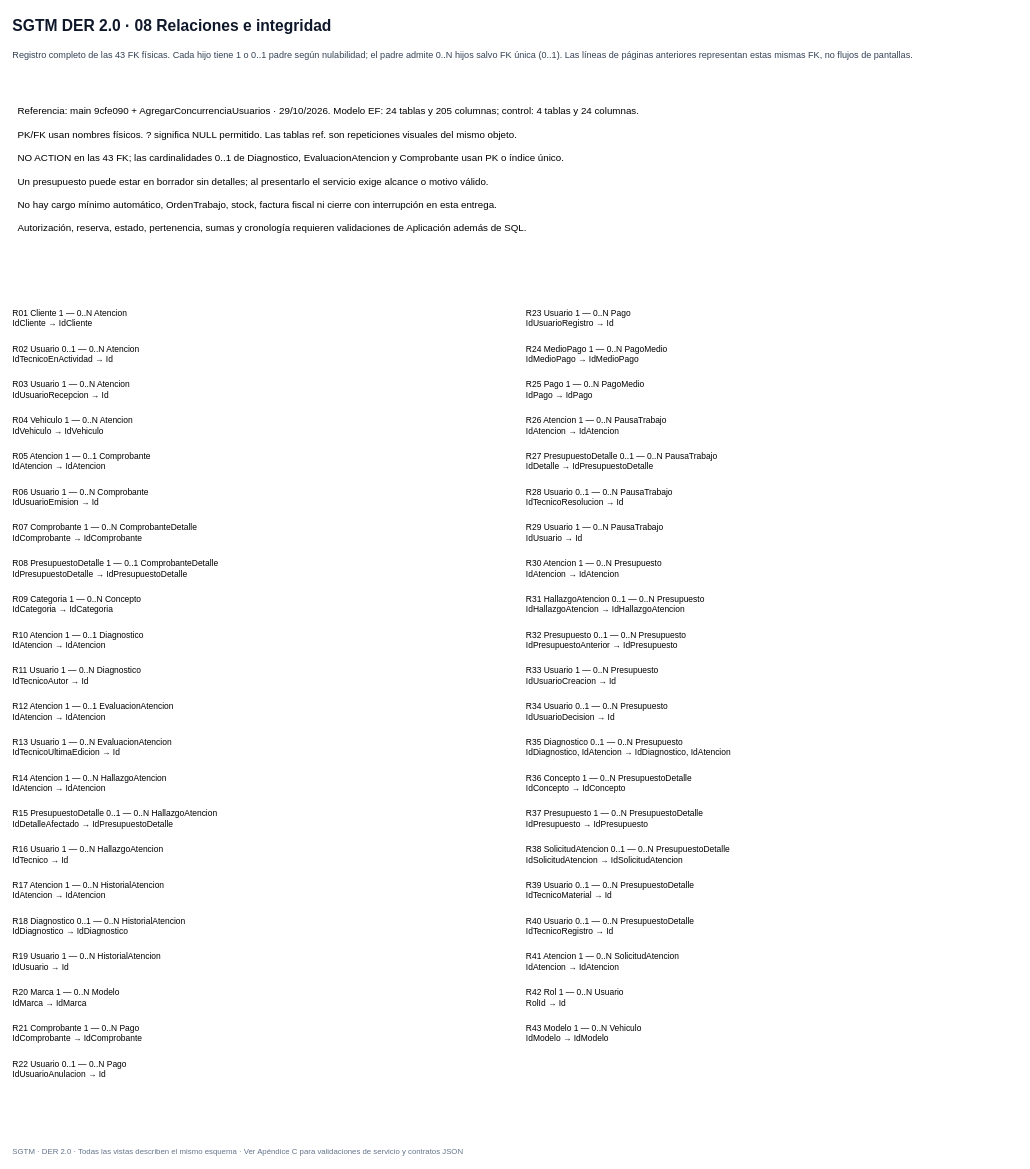
Before: page "08 Relaciones e integridad" (8 of 8) of docs/diagramas/DER-SGTM-v2.0.drawio in EnriqueRTG/taller-mecanico, a draw.io diagram. Source tidied: cells renumbered, new cells numbered last; positions are measured from the earlier drawing's top-left corner, leaving out a move shared by most shapes. Both pictures are drawn from the tidied source at 65%, with x=0, y=0 at pixel (11, 11).
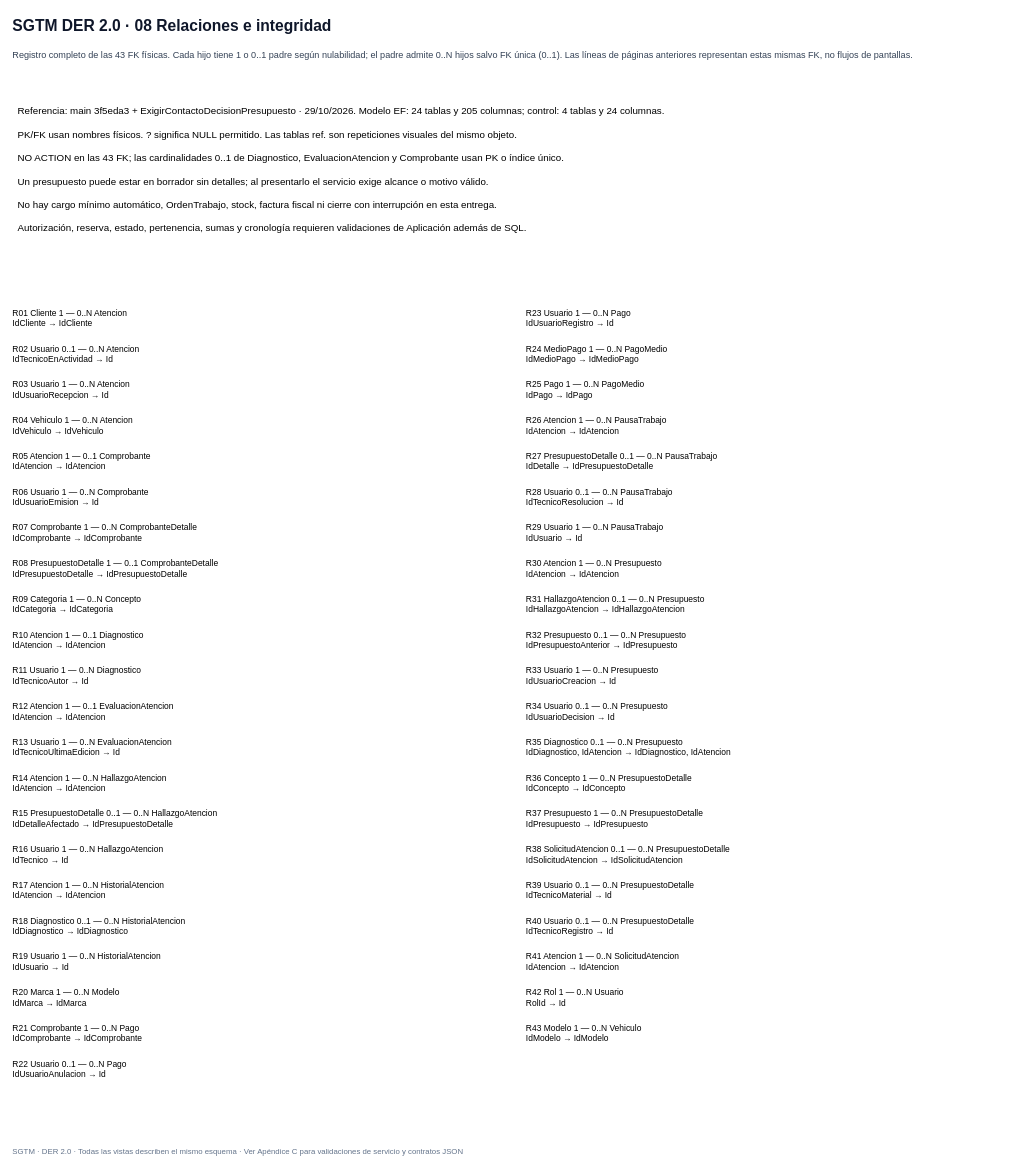
The same diagram, later.

Diff of the diagram source:
```diff
@@
-    <mxCell id="4" value="Referencia: main 9cfe090 + AgregarConcurrenciaUsuarios · 29/10/2026. Modelo EF: 24 tablas y 205 columnas; control: 4 tablas y 24 columnas.&#10;&#10;PK/FK usan nombres físicos. ? significa NULL permitido. Las tablas ref. son repeticiones visuales del mismo objeto.&#10;&#10;NO ACTION en las 43 FK; las cardinalidades 0..1 de Diagnostico, EvaluacionAtencion y Comprobante usan PK o índice único.&#10;&#10;Un presupuesto puede estar en borrador sin detalles; al presentarlo el servicio exige alcance o motivo válido.&#10;&#10;No hay cargo mínimo automático, OrdenTrabajo, stock, factura fiscal ni cierre con interrupción en esta entrega.&#10;&#10;Autorización, reserva, estado, pertenencia, sumas y cronología requieren validaciones de Aplicación además de SQL." style="text;html=0;align=left;verticalAlign=top;whiteSpace=wrap;fontSize=15;spacing=10;" parent="1" vertex="1">
+    <mxCell id="4" value="Referencia: main 3f5eda3 + ExigirContactoDecisionPresupuesto · 29/10/2026. Modelo EF: 24 tablas y 205 columnas; control: 4 tablas y 24 columnas.&#10;&#10;PK/FK usan nombres físicos. ? significa NULL permitido. Las tablas ref. son repeticiones visuales del mismo objeto.&#10;&#10;NO ACTION en las 43 FK; las cardinalidades 0..1 de Diagnostico, EvaluacionAtencion y Comprobante usan PK o índice único.&#10;&#10;Un presupuesto puede estar en borrador sin detalles; al presentarlo el servicio exige alcance o motivo válido.&#10;&#10;No hay cargo mínimo automático, OrdenTrabajo, stock, factura fiscal ni cierre con interrupción en esta entrega.&#10;&#10;Autorización, reserva, estado, pertenencia, sumas y cronología requieren validaciones de Aplicación además de SQL." style="text;html=0;align=left;verticalAlign=top;whiteSpace=wrap;fontSize=15;spacing=10;" parent="1" vertex="1">
       <mxGeometry y="130" width="1500" height="285" as="geometry" />
     </mxCell>
```
